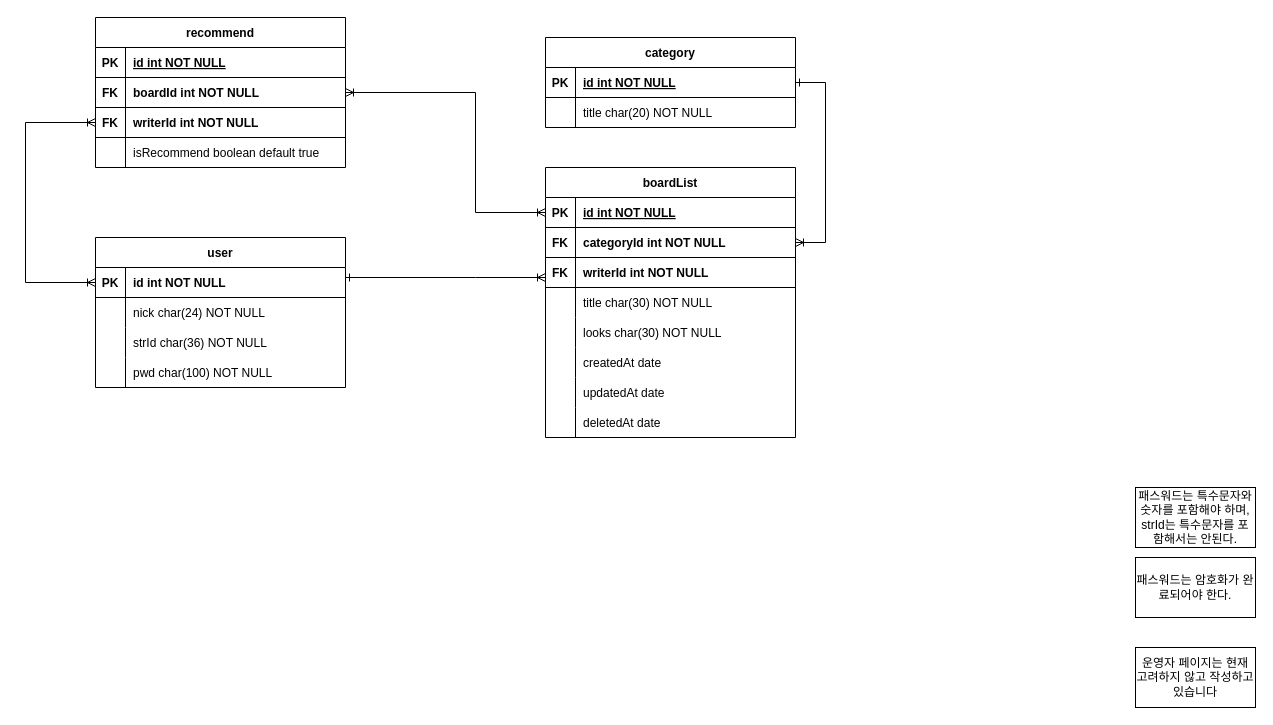
Earlier version of the draw.io diagram board_diagram.drawio (web5-kimgangmoon/personalFreeStudy_next). Source tidied: cells renumbered, new cells numbered last; positions are measured from the earlier drawing's top-left corner, leaving out a move shared by most shapes. Both pictures are drawn from the tidied source at 100%, with x=0, y=0 at pixel (25, 17).
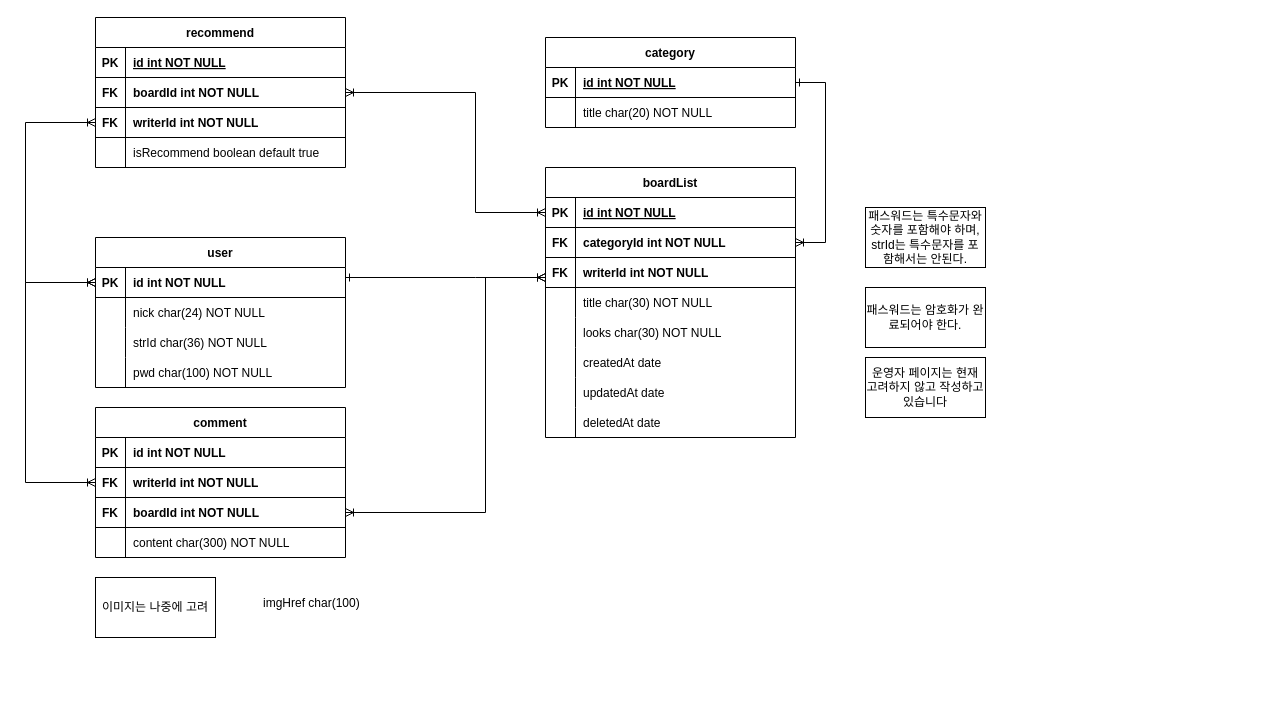
The same diagram, later.

Unchanged cells that the change refers to:
```xml
<mxCell id="16" style="shape=partialRectangle;fillColor=none;points=[[0,0.5],[1,0.5]];portConstraint=eastwest;top=0;left=0;right=0;bottom=1;" parent="15" vertex="1">
  <mxGeometry y="30" width="250" height="30" as="geometry" />
</mxCell>
```

Change to the diagram source:
```diff
@@
     <mxCell id="60" value="패스워드는 암호화가 완료되어야 한다." style="rounded=0;whiteSpace=wrap;html=1;" parent="1" vertex="1">
-      <mxGeometry x="1110" y="540" width="120" height="60" as="geometry" />
+      <mxGeometry x="840" y="270" width="120" height="60" as="geometry" />
     </mxCell>
     <mxCell id="61" value="패스워드는 특수문자와 숫자를 포함해야 하며, strId는 특수문자를 포함해서는 안된다." style="rounded=0;whiteSpace=wrap;html=1;" parent="1" vertex="1">
-      <mxGeometry x="1110" y="470" width="120" height="60" as="geometry" />
+      <mxGeometry x="840" y="190" width="120" height="60" as="geometry" />
     </mxCell>
     <mxCell id="62" value="운영자 페이지는 현재 고려하지 않고 작성하고 있습니다" style="rounded=0;whiteSpace=wrap;html=1;" parent="1" vertex="1">
-      <mxGeometry x="1110" y="630" width="120" height="60" as="geometry" />
+      <mxGeometry x="840" y="340" width="120" height="60" as="geometry" />
     </mxCell>
@@
+    <mxCell id="67" value="comment" style="shape=table;startSize=30;childLayout=tableLayout;rowLines=0;fontStyle=1;align=center;" parent="1" vertex="1">
+      <mxGeometry x="70" y="390" width="250" height="150" as="geometry" />
+    </mxCell>
+    <mxCell id="68" style="shape=partialRectangle;fillColor=none;top=0;left=0;right=0;bottom=1;" parent="67" vertex="1">
+      <mxGeometry y="30" width="250" height="30" as="geometry" />
+    </mxCell>
+    <mxCell id="69" value="PK" style="shape=partialRectangle;overflow=hidden;fillColor=none;top=0;left=0;bottom=0;right=0;fontStyle=1;" parent="68" vertex="1">
+      <mxGeometry width="30" height="30" as="geometry" />
+    </mxCell>
+    <mxCell id="70" value="id int NOT NULL " style="shape=partialRectangle;overflow=hidden;fillColor=none;top=0;left=0;bottom=0;right=0;align=left;spacingLeft=6;fontStyle=1;" parent="68" vertex="1">
+      <mxGeometry x="30" width="220" height="30" as="geometry" />
+    </mxCell>
+    <mxCell id="71" style="shape=partialRectangle;fillColor=none;points=[[0,0.5],[1,0.5]];portConstraint=eastwest;top=0;left=0;right=0;bottom=1;" parent="67" vertex="1">
+      <mxGeometry y="60" width="250" height="30" as="geometry" />
+    </mxCell>
+    <mxCell id="72" value="FK" style="shape=partialRectangle;overflow=hidden;fillColor=none;top=0;left=0;bottom=0;right=0;fontStyle=1;" parent="71" vertex="1">
+      <mxGeometry width="30" height="30" as="geometry" />
+    </mxCell>
+    <mxCell id="73" value="writerId int NOT NULL " style="shape=partialRectangle;overflow=hidden;fillColor=none;top=0;left=0;bottom=0;right=0;align=left;spacingLeft=6;fontStyle=1;" parent="71" vertex="1">
+      <mxGeometry x="30" width="220" height="30" as="geometry" />
+    </mxCell>
+    <mxCell id="74" style="shape=partialRectangle;fillColor=none;points=[[0,0.5],[1,0.5]];portConstraint=eastwest;top=0;left=0;right=0;bottom=1;" parent="67" vertex="1">
+      <mxGeometry y="90" width="250" height="30" as="geometry" />
+    </mxCell>
+    <mxCell id="75" value="FK" style="shape=partialRectangle;overflow=hidden;fillColor=none;top=0;left=0;bottom=0;right=0;fontStyle=1;" parent="74" vertex="1">
+      <mxGeometry width="30" height="30" as="geometry" />
+    </mxCell>
+    <mxCell id="76" value="boardId int NOT NULL " style="shape=partialRectangle;overflow=hidden;fillColor=none;top=0;left=0;bottom=0;right=0;align=left;spacingLeft=6;fontStyle=1;" parent="74" vertex="1">
+      <mxGeometry x="30" width="220" height="30" as="geometry" />
+    </mxCell>
+    <mxCell id="77" style="shape=partialRectangle;fillColor=none;top=0;left=0;right=0;bottom=0;" parent="67" vertex="1">
+      <mxGeometry y="120" width="250" height="30" as="geometry" />
+    </mxCell>
+    <mxCell id="78" style="shape=partialRectangle;overflow=hidden;fillColor=none;top=0;left=0;bottom=0;right=0;" parent="77" vertex="1">
+      <mxGeometry width="30" height="30" as="geometry" />
+    </mxCell>
+    <mxCell id="79" value="content char(300) NOT NULL" style="shape=partialRectangle;overflow=hidden;fillColor=none;top=0;left=0;bottom=0;right=0;align=left;spacingLeft=6;" parent="77" vertex="1">
+      <mxGeometry x="30" width="220" height="30" as="geometry" />
+    </mxCell>
+    <mxCell id="80" value="이미지는 나중에 고려" style="rounded=0;whiteSpace=wrap;html=1;" parent="1" vertex="1">
+      <mxGeometry x="70" y="560" width="120" height="60" as="geometry" />
+    </mxCell>
+    <mxCell id="81" style="shape=partialRectangle;fillColor=none;top=0;left=0;right=0;bottom=0;" parent="1" vertex="1">
+      <mxGeometry x="200" y="570" width="250" height="30" as="geometry" />
+    </mxCell>
+    <mxCell id="82" style="shape=partialRectangle;overflow=hidden;fillColor=none;top=0;left=0;bottom=0;right=0;" parent="81" vertex="1">
+      <mxGeometry width="30" height="30" as="geometry" />
+    </mxCell>
+    <mxCell id="83" value="imgHref char(100) " style="shape=partialRectangle;overflow=hidden;fillColor=none;top=0;left=0;bottom=0;right=0;align=left;spacingLeft=6;" parent="81" vertex="1">
+      <mxGeometry x="30" width="220" height="30" as="geometry" />
+    </mxCell>
+    <mxCell id="84" style="edgeStyle=elbowEdgeStyle;rounded=0;jettySize=auto;html=1;endArrow=ERoneToMany;endFill=0;startArrow=ERoneToMany;startFill=0;" parent="1" edge="1" source="74">
+      <mxGeometry relative="1" as="geometry">
+        <mxPoint x="520" y="260" as="targetPoint" />
+        <Array as="points">
+          <mxPoint x="460" y="260" />
+          <mxPoint x="390" y="220" />
+        </Array>
+      </mxGeometry>
+    </mxCell>
+    <mxCell id="85" style="edgeStyle=elbowEdgeStyle;rounded=0;jettySize=auto;html=1;endArrow=ERoneToMany;endFill=0;startArrow=ERoneToMany;startFill=0;" parent="1" edge="1" source="71" target="16">
+      <mxGeometry relative="1" as="geometry">
+        <Array as="points">
+          <mxPoint y="330" />
+          <mxPoint x="400" y="230" />
+        </Array>
+      </mxGeometry>
+    </mxCell>
```
